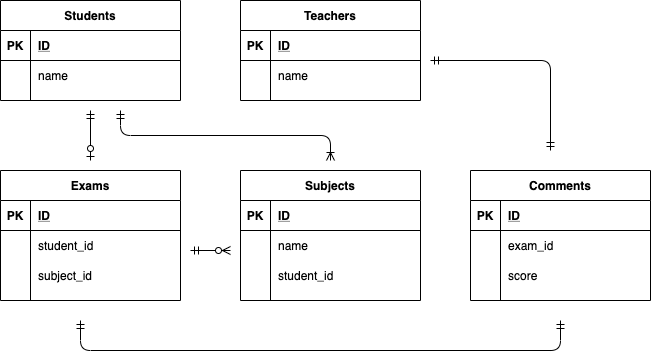
This is index.drawio.png from nakamura-jin/diagram, a draw.io export, as it was before one commit. Source tidied: cells renumbered, new cells last; positions are measured from the earlier drawing's top-left corner, leaving out a move shared by most shapes.
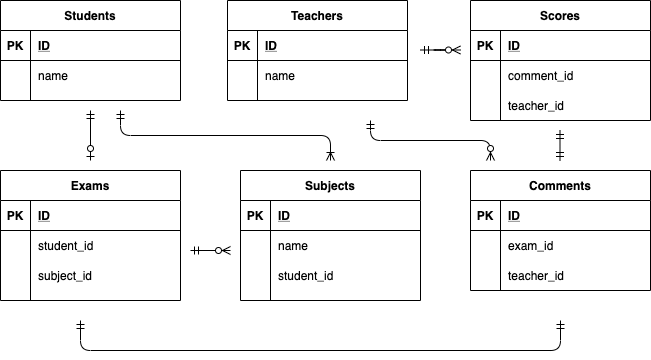
The same file after the commit.

The edit, as a diff of the source:
```diff
@@ -24,7 +24,7 @@
       <mxGeometry x="30" width="150" height="30" as="geometry" />
     </mxCell>
     <mxCell id="9" value="Teachers" style="shape=table;startSize=30;rowLines=0;fontStyle=1;align=center;" parent="1" vertex="1">
-      <mxGeometry x="240" width="180" height="100" as="geometry" />
+      <mxGeometry x="227" width="180" height="100" as="geometry" />
     </mxCell>
     <mxCell id="10" style="shape=partialRectangle;fillColor=none;top=0;left=0;bottom=1;right=0;" parent="9" vertex="1">
       <mxGeometry y="30" width="180" height="30" as="geometry" />
@@ -105,7 +105,7 @@
       <mxGeometry x="30" width="150" height="30" as="geometry" />
     </mxCell>
     <mxCell id="36" value="Comments" style="shape=table;startSize=30;rowLines=0;fontStyle=1;align=center;" parent="1" vertex="1">
-      <mxGeometry x="470" y="170" width="180" height="130" as="geometry" />
+      <mxGeometry x="470" y="170" width="180" height="120" as="geometry" />
     </mxCell>
     <mxCell id="37" style="shape=partialRectangle;fillColor=none;top=0;left=0;bottom=1;right=0;" parent="36" vertex="1">
       <mxGeometry y="30" width="180" height="30" as="geometry" />
@@ -128,12 +128,12 @@
     <mxCell id="43" style="shape=partialRectangle;fillColor=none;top=0;left=0;bottom=0;right=0;" parent="36" vertex="1">
       <mxGeometry y="90" width="180" height="30" as="geometry" />
     </mxCell>
-    <mxCell id="44" style="shape=partialRectangle;fillColor=none;top=0;left=0;bottom=0;right=0;overflow=hidden;" parent="43" vertex="1">
-      <mxGeometry width="30" height="30" as="geometry" />
-    </mxCell>
-    <mxCell id="45" value="score" style="shape=partialRectangle;fillColor=none;top=0;left=0;bottom=0;right=0;align=left;spacingLeft=6;overflow=hidden;" parent="43" vertex="1">
-      <mxGeometry x="30" width="150" height="30" as="geometry" />
-    </mxCell>
+    <mxCell id="51" style="shape=partialRectangle;fillColor=none;top=0;left=0;bottom=0;right=0;overflow=hidden;" parent="43" vertex="1">
+      <mxGeometry width="30" height="30" as="geometry" />
+    </mxCell>
+    <mxCell id="52" value="teacher_id" style="shape=partialRectangle;fillColor=none;top=0;left=0;bottom=0;right=0;align=left;spacingLeft=6;overflow=hidden;" parent="43" vertex="1">
+      <mxGeometry x="30" width="150" height="30" as="geometry" />
+    </mxCell>
     <mxCell id="46" style="fontSize=12;html=1;endArrow=ERzeroToOne;startArrow=ERmandOne;" parent="1" edge="1">
       <mxGeometry relative="1" as="geometry">
         <mxPoint x="90" y="110" as="sourcePoint" />
@@ -161,14 +161,53 @@
         </Array>
       </mxGeometry>
     </mxCell>
-    <mxCell id="50" style="edgeStyle=elbowEdgeStyle;fontSize=12;html=1;endArrow=ERmandOne;startArrow=ERmandOne;" parent="1" edge="1">
-      <mxGeometry relative="1" as="geometry">
-        <mxPoint x="430" y="60" as="sourcePoint" />
-        <mxPoint x="550" y="150" as="targetPoint" />
-        <Array as="points">
-          <mxPoint x="550" y="70" />
-        </Array>
-      </mxGeometry>
-    </mxCell>
+    <mxCell id="53" value="Scores" style="shape=table;startSize=30;rowLines=0;fontStyle=1;align=center;" parent="1" vertex="1">
+      <mxGeometry x="470" width="180" height="120" as="geometry" />
+    </mxCell>
+    <mxCell id="54" style="shape=partialRectangle;fillColor=none;top=0;left=0;bottom=1;right=0;" parent="53" vertex="1">
+      <mxGeometry y="30" width="180" height="30" as="geometry" />
+    </mxCell>
+    <mxCell id="55" value="PK" style="shape=partialRectangle;fillColor=none;top=0;left=0;bottom=0;right=0;fontStyle=1;overflow=hidden;" parent="54" vertex="1">
+      <mxGeometry width="30" height="30" as="geometry" />
+    </mxCell>
+    <mxCell id="56" value="ID" style="shape=partialRectangle;fillColor=none;top=0;left=0;bottom=0;right=0;align=left;spacingLeft=6;fontStyle=5;overflow=hidden;" parent="54" vertex="1">
+      <mxGeometry x="30" width="150" height="30" as="geometry" />
+    </mxCell>
+    <mxCell id="57" style="shape=partialRectangle;fillColor=none;top=0;left=0;bottom=0;right=0;" parent="53" vertex="1">
+      <mxGeometry y="60" width="180" height="30" as="geometry" />
+    </mxCell>
+    <mxCell id="58" style="shape=partialRectangle;fillColor=none;top=0;left=0;bottom=0;right=0;overflow=hidden;" parent="57" vertex="1">
+      <mxGeometry width="30" height="30" as="geometry" />
+    </mxCell>
+    <mxCell id="59" value="comment_id" style="shape=partialRectangle;fillColor=none;top=0;left=0;bottom=0;right=0;align=left;spacingLeft=6;overflow=hidden;" parent="57" vertex="1">
+      <mxGeometry x="30" width="150" height="30" as="geometry" />
+    </mxCell>
+    <mxCell id="60" style="edgeStyle=entityRelationEdgeStyle;fontSize=12;html=1;endArrow=ERzeroToMany;startArrow=ERmandOne;" parent="1" edge="1">
+      <mxGeometry relative="1" as="geometry">
+        <mxPoint x="420" y="49.5" as="sourcePoint" />
+        <mxPoint x="460" y="49.5" as="targetPoint" />
+      </mxGeometry>
+    </mxCell>
+    <mxCell id="61" style="shape=partialRectangle;fillColor=none;top=0;left=0;bottom=0;right=0;" parent="1" vertex="1">
+      <mxGeometry x="470" y="90" width="180" height="30" as="geometry" />
+    </mxCell>
+    <mxCell id="62" style="shape=partialRectangle;fillColor=none;top=0;left=0;bottom=0;right=0;overflow=hidden;" parent="61" vertex="1">
+      <mxGeometry width="30" height="30" as="geometry" />
+    </mxCell>
+    <mxCell id="63" value="teacher_id" style="shape=partialRectangle;fillColor=none;top=0;left=0;bottom=0;right=0;align=left;spacingLeft=6;overflow=hidden;" parent="61" vertex="1">
+      <mxGeometry x="30" width="150" height="30" as="geometry" />
+    </mxCell>
+    <mxCell id="64" style="fontSize=12;html=1;endArrow=ERmandOne;startArrow=ERmandOne;elbow=vertical;" parent="1" edge="1">
+      <mxGeometry relative="1" as="geometry">
+        <mxPoint x="559.5" y="130" as="sourcePoint" />
+        <mxPoint x="559.5" y="160" as="targetPoint" />
+      </mxGeometry>
+    </mxCell>
+    <mxCell id="65" style="edgeStyle=elbowEdgeStyle;fontSize=12;html=1;endArrow=ERzeroToMany;startArrow=ERmandOne;elbow=vertical;" parent="1" edge="1">
+      <mxGeometry relative="1" as="geometry">
+        <mxPoint x="370" y="120" as="sourcePoint" />
+        <mxPoint x="490" y="160" as="targetPoint" />
+      </mxGeometry>
+    </mxCell>
   </root>
 </mxGraphModel>
```
